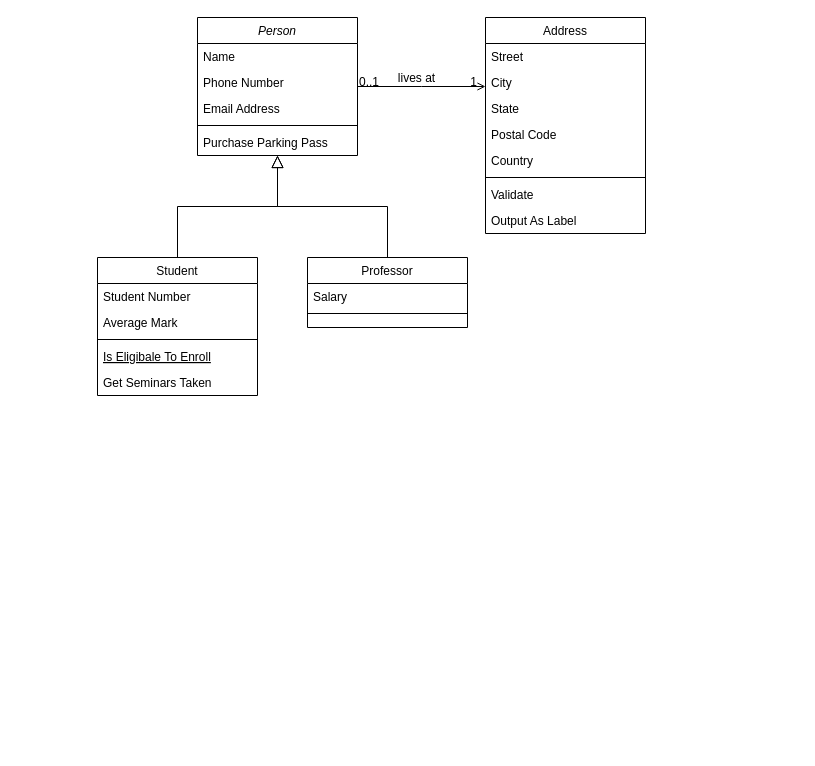
Before: Untitled Diagram.drawio in OhMyOstrich/Quiz, a draw.io diagram. Source tidied: cells renumbered, new cells numbered last; positions are measured from the earlier drawing's top-left corner, leaving out a move shared by most shapes. Both pictures are drawn from the tidied source at 100%, with x=0, y=0 at pixel (97, 17).
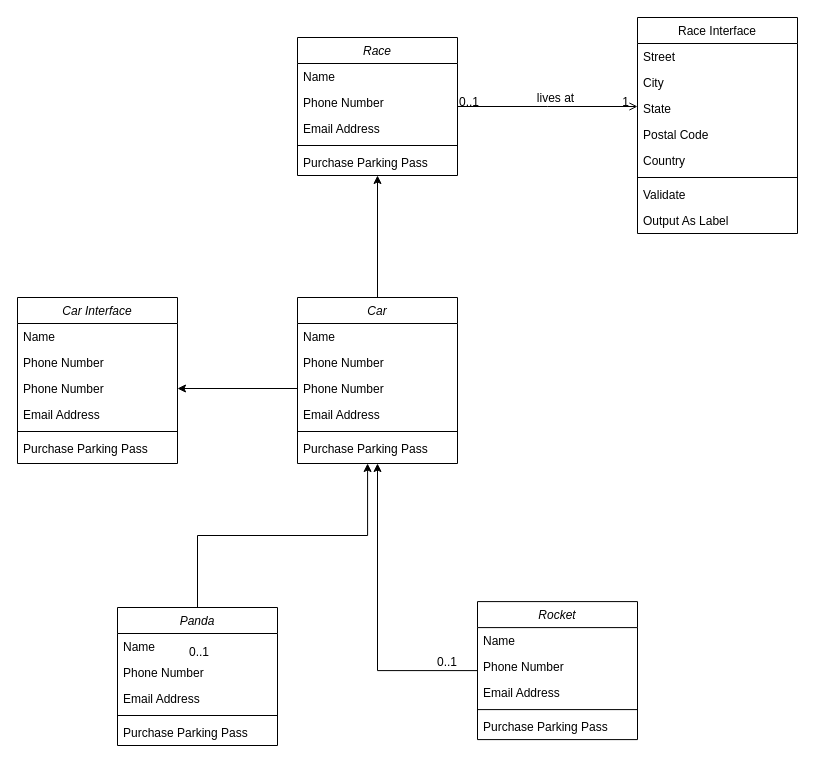
The same page after the edit.

Change to the diagram source:
```diff
@@
-    <mxCell id="2" value="Person" style="swimlane;fontStyle=2;align=center;verticalAlign=top;horizontal=1;startSize=26;rounded=0;shadow=0;strokeWidth=1;" parent="1" vertex="1">
-      <mxGeometry x="100" width="160" height="138" as="geometry" />
-    </mxCell>
-    <mxCell id="3" value="Name" style="text;align=left;verticalAlign=top;spacingLeft=4;spacingRight=4;overflow=hidden;" parent="2" vertex="1">
-      <mxGeometry y="26" width="160" height="26" as="geometry" />
-    </mxCell>
-    <mxCell id="4" value="Phone Number" style="text;align=left;verticalAlign=top;spacingLeft=4;spacingRight=4;overflow=hidden;rounded=0;shadow=0;html=0;" parent="2" vertex="1">
-      <mxGeometry y="52" width="160" height="26" as="geometry" />
-    </mxCell>
-    <mxCell id="5" value="Email Address" style="text;align=left;verticalAlign=top;spacingLeft=4;spacingRight=4;overflow=hidden;rounded=0;shadow=0;html=0;" parent="2" vertex="1">
-      <mxGeometry y="78" width="160" height="26" as="geometry" />
-    </mxCell>
-    <mxCell id="6" style="line;html=1;strokeWidth=1;align=left;verticalAlign=middle;spacingTop=-1;spacingLeft=3;spacingRight=3;labelPosition=right;" parent="2" vertex="1">
-      <mxGeometry y="104" width="160" height="8" as="geometry" />
-    </mxCell>
-    <mxCell id="7" value="Purchase Parking Pass" style="text;align=left;verticalAlign=top;spacingLeft=4;spacingRight=4;overflow=hidden;" parent="2" vertex="1">
-      <mxGeometry y="112" width="160" height="26" as="geometry" />
-    </mxCell>
-    <mxCell id="8" value="Student" style="swimlane;fontStyle=0;align=center;verticalAlign=top;horizontal=1;startSize=26;rounded=0;shadow=0;strokeWidth=1;" parent="1" vertex="1">
-      <mxGeometry y="240" width="160" height="138" as="geometry" />
-    </mxCell>
-    <mxCell id="9" value="Student Number" style="text;align=left;verticalAlign=top;spacingLeft=4;spacingRight=4;overflow=hidden;" parent="8" vertex="1">
-      <mxGeometry y="26" width="160" height="26" as="geometry" />
-    </mxCell>
-    <mxCell id="10" value="Average Mark" style="text;align=left;verticalAlign=top;spacingLeft=4;spacingRight=4;overflow=hidden;rounded=0;shadow=0;html=0;" parent="8" vertex="1">
-      <mxGeometry y="52" width="160" height="26" as="geometry" />
-    </mxCell>
-    <mxCell id="11" style="line;html=1;strokeWidth=1;align=left;verticalAlign=middle;spacingTop=-1;spacingLeft=3;spacingRight=3;labelPosition=right;" parent="8" vertex="1">
-      <mxGeometry y="78" width="160" height="8" as="geometry" />
-    </mxCell>
-    <mxCell id="12" value="Is Eligibale To Enroll" style="text;align=left;verticalAlign=top;spacingLeft=4;spacingRight=4;overflow=hidden;fontStyle=4;" parent="8" vertex="1">
-      <mxGeometry y="86" width="160" height="26" as="geometry" />
-    </mxCell>
-    <mxCell id="13" value="Get Seminars Taken" style="text;align=left;verticalAlign=top;spacingLeft=4;spacingRight=4;overflow=hidden;" parent="8" vertex="1">
-      <mxGeometry y="112" width="160" height="26" as="geometry" />
-    </mxCell>
-    <mxCell id="14" style="endArrow=block;endSize=10;endFill=0;shadow=0;strokeWidth=1;rounded=0;edgeStyle=elbowEdgeStyle;elbow=vertical;" parent="1" edge="1" source="8" target="2">
-      <mxGeometry relative="1" as="geometry" />
-    </mxCell>
-    <mxCell id="15" value="Professor" style="swimlane;fontStyle=0;align=center;verticalAlign=top;horizontal=1;startSize=26;rounded=0;shadow=0;strokeWidth=1;" parent="1" vertex="1">
-      <mxGeometry x="210" y="240" width="160" height="70" as="geometry" />
-    </mxCell>
-    <mxCell id="16" value="Salary" style="text;align=left;verticalAlign=top;spacingLeft=4;spacingRight=4;overflow=hidden;" parent="15" vertex="1">
-      <mxGeometry y="26" width="160" height="26" as="geometry" />
-    </mxCell>
-    <mxCell id="17" style="line;html=1;strokeWidth=1;align=left;verticalAlign=middle;spacingTop=-1;spacingLeft=3;spacingRight=3;labelPosition=right;" parent="15" vertex="1">
-      <mxGeometry y="52" width="160" height="8" as="geometry" />
-    </mxCell>
-    <mxCell id="18" style="endArrow=block;endSize=10;endFill=0;shadow=0;strokeWidth=1;rounded=0;edgeStyle=elbowEdgeStyle;elbow=vertical;" parent="1" edge="1" source="15" target="2">
-      <mxGeometry relative="1" as="geometry" />
-    </mxCell>
+    <mxCell id="28" style="endArrow=open;shadow=0;strokeWidth=1;rounded=0;endFill=1;edgeStyle=elbowEdgeStyle;elbow=vertical;" parent="1" edge="1" source="2" target="19">
+      <mxGeometry x="0.5" y="41" relative="1" as="geometry">
+        <mxPoint x="-40" y="32" as="offset" />
+      </mxGeometry>
+    </mxCell>
+    <mxCell id="29" value="0..1" style="align=left;verticalAlign=bottom;labelBackgroundColor=none;fontSize=12;" parent="28" vertex="1">
+      <mxGeometry x="-1" relative="1" as="geometry">
+        <mxPoint y="4" as="offset" />
+      </mxGeometry>
+    </mxCell>
+    <mxCell id="30" value="1" style="align=right;verticalAlign=bottom;labelBackgroundColor=none;fontSize=12;" parent="28" vertex="1">
+      <mxGeometry x="1" relative="1" as="geometry">
+        <mxPoint x="-7" y="4" as="offset" />
+      </mxGeometry>
+    </mxCell>
+    <mxCell id="31" value="lives at" style="text;html=1;align=center;verticalAlign=middle;labelBackgroundColor=none;rounded=0;shadow=0;strokeWidth=1;fontSize=12;" parent="28" vertex="1">
+      <mxGeometry x="0.5" y="49" relative="1" as="geometry">
+        <mxPoint x="-38" y="40" as="offset" />
+      </mxGeometry>
+    </mxCell>
+    <mxCell id="32" value="0..1" style="align=left;verticalAlign=bottom;labelBackgroundColor=none;fontSize=12;" parent="1" vertex="1">
+      <mxGeometry x="90" y="643.1" as="geometry" />
+    </mxCell>
+    <mxCell id="33" style="edgeStyle=orthogonalEdgeStyle;rounded=0;jettySize=auto;html=1;entryX=0.438;entryY=1;entryDx=0;entryDy=0;entryPerimeter=0;" parent="1" edge="1" source="42" target="55">
+      <mxGeometry relative="1" as="geometry" />
+    </mxCell>
+    <mxCell id="34" value="0..1" style="align=left;verticalAlign=bottom;labelBackgroundColor=none;fontSize=12;" parent="1" vertex="1">
+      <mxGeometry x="338" y="653.1" as="geometry" />
+    </mxCell>
+    <mxCell id="35" style="edgeStyle=orthogonalEdgeStyle;rounded=0;jettySize=auto;html=1;entryX=0.5;entryY=1;entryDx=0;entryDy=0;" parent="1" edge="1" source="36" target="49">
+      <mxGeometry relative="1" as="geometry" />
+    </mxCell>
+    <mxCell id="36" value="Rocket" style="swimlane;fontStyle=2;align=center;verticalAlign=top;horizontal=1;startSize=26;rounded=0;shadow=0;strokeWidth=1;" parent="1" vertex="1">
+      <mxGeometry x="380" y="584.1" width="160" height="138" as="geometry" />
+    </mxCell>
+    <mxCell id="37" value="Name" style="text;align=left;verticalAlign=top;spacingLeft=4;spacingRight=4;overflow=hidden;" parent="36" vertex="1">
+      <mxGeometry y="26" width="160" height="26" as="geometry" />
+    </mxCell>
+    <mxCell id="38" value="Phone Number" style="text;align=left;verticalAlign=top;spacingLeft=4;spacingRight=4;overflow=hidden;rounded=0;shadow=0;html=0;" parent="36" vertex="1">
+      <mxGeometry y="52" width="160" height="26" as="geometry" />
+    </mxCell>
+    <mxCell id="39" value="Email Address" style="text;align=left;verticalAlign=top;spacingLeft=4;spacingRight=4;overflow=hidden;rounded=0;shadow=0;html=0;" parent="36" vertex="1">
+      <mxGeometry y="78" width="160" height="26" as="geometry" />
+    </mxCell>
+    <mxCell id="40" style="line;html=1;strokeWidth=1;align=left;verticalAlign=middle;spacingTop=-1;spacingLeft=3;spacingRight=3;labelPosition=right;" parent="36" vertex="1">
+      <mxGeometry y="104" width="160" height="8" as="geometry" />
+    </mxCell>
+    <mxCell id="41" value="Purchase Parking Pass" style="text;align=left;verticalAlign=top;spacingLeft=4;spacingRight=4;overflow=hidden;" parent="36" vertex="1">
+      <mxGeometry y="112" width="160" height="26" as="geometry" />
+    </mxCell>
+    <mxCell id="42" value="Panda" style="swimlane;fontStyle=2;align=center;verticalAlign=top;horizontal=1;startSize=26;rounded=0;shadow=0;strokeWidth=1;" parent="1" vertex="1">
+      <mxGeometry x="20" y="590" width="160" height="138" as="geometry" />
+    </mxCell>
+    <mxCell id="43" value="Name" style="text;align=left;verticalAlign=top;spacingLeft=4;spacingRight=4;overflow=hidden;" parent="42" vertex="1">
+      <mxGeometry y="26" width="160" height="26" as="geometry" />
+    </mxCell>
+    <mxCell id="44" value="Phone Number" style="text;align=left;verticalAlign=top;spacingLeft=4;spacingRight=4;overflow=hidden;rounded=0;shadow=0;html=0;" parent="42" vertex="1">
+      <mxGeometry y="52" width="160" height="26" as="geometry" />
+    </mxCell>
+    <mxCell id="45" value="Email Address" style="text;align=left;verticalAlign=top;spacingLeft=4;spacingRight=4;overflow=hidden;rounded=0;shadow=0;html=0;" parent="42" vertex="1">
+      <mxGeometry y="78" width="160" height="26" as="geometry" />
+    </mxCell>
+    <mxCell id="46" style="line;html=1;strokeWidth=1;align=left;verticalAlign=middle;spacingTop=-1;spacingLeft=3;spacingRight=3;labelPosition=right;" parent="42" vertex="1">
+      <mxGeometry y="104" width="160" height="8" as="geometry" />
+    </mxCell>
+    <mxCell id="47" value="Purchase Parking Pass" style="text;align=left;verticalAlign=top;spacingLeft=4;spacingRight=4;overflow=hidden;" parent="42" vertex="1">
+      <mxGeometry y="112" width="160" height="26" as="geometry" />
+    </mxCell>
+    <mxCell id="48" style="edgeStyle=orthogonalEdgeStyle;rounded=0;jettySize=auto;html=1;entryX=0.5;entryY=1;entryDx=0;entryDy=0;" parent="1" edge="1" source="49" target="2">
+      <mxGeometry relative="1" as="geometry" />
+    </mxCell>
+    <mxCell id="49" value="Car&#10;" style="swimlane;fontStyle=2;align=center;verticalAlign=top;horizontal=1;startSize=26;rounded=0;shadow=0;strokeWidth=1;" parent="1" vertex="1">
+      <mxGeometry x="200" y="280" width="160" height="166" as="geometry" />
+    </mxCell>
+    <mxCell id="50" value="Name" style="text;align=left;verticalAlign=top;spacingLeft=4;spacingRight=4;overflow=hidden;" parent="49" vertex="1">
+      <mxGeometry y="26" width="160" height="26" as="geometry" />
+    </mxCell>
+    <mxCell id="51" value="Phone Number" style="text;align=left;verticalAlign=top;spacingLeft=4;spacingRight=4;overflow=hidden;rounded=0;shadow=0;html=0;" parent="49" vertex="1">
+      <mxGeometry y="52" width="160" height="26" as="geometry" />
+    </mxCell>
+    <mxCell id="52" value="Phone Number" style="text;align=left;verticalAlign=top;spacingLeft=4;spacingRight=4;overflow=hidden;points=[[0,0.5],[1,0.5]];portConstraint=eastwest;rounded=0;shadow=0;html=0;" parent="49" vertex="1">
+      <mxGeometry y="78" width="160" height="26" as="geometry" />
+    </mxCell>
+    <mxCell id="53" value="Email Address" style="text;align=left;verticalAlign=top;spacingLeft=4;spacingRight=4;overflow=hidden;rounded=0;shadow=0;html=0;" parent="49" vertex="1">
+      <mxGeometry y="104" width="160" height="26" as="geometry" />
+    </mxCell>
+    <mxCell id="54" style="line;html=1;strokeWidth=1;align=left;verticalAlign=middle;spacingTop=-1;spacingLeft=3;spacingRight=3;labelPosition=right;" parent="49" vertex="1">
+      <mxGeometry y="130" width="160" height="8" as="geometry" />
+    </mxCell>
+    <mxCell id="55" value="Purchase Parking Pass" style="text;align=left;verticalAlign=top;spacingLeft=4;spacingRight=4;overflow=hidden;points=[[0,0.5],[1,0.5]];portConstraint=eastwest;" parent="49" vertex="1">
+      <mxGeometry y="138" width="160" height="28" as="geometry" />
+    </mxCell>
+    <mxCell id="56" value="Car Interface&#10;" style="swimlane;fontStyle=2;align=center;verticalAlign=top;horizontal=1;startSize=26;rounded=0;shadow=0;strokeWidth=1;" parent="1" vertex="1">
+      <mxGeometry x="-80" y="280" width="160" height="166" as="geometry" />
+    </mxCell>
+    <mxCell id="57" value="Name" style="text;align=left;verticalAlign=top;spacingLeft=4;spacingRight=4;overflow=hidden;" parent="56" vertex="1">
+      <mxGeometry y="26" width="160" height="26" as="geometry" />
+    </mxCell>
+    <mxCell id="58" value="Phone Number" style="text;align=left;verticalAlign=top;spacingLeft=4;spacingRight=4;overflow=hidden;rounded=0;shadow=0;html=0;" parent="56" vertex="1">
+      <mxGeometry y="52" width="160" height="26" as="geometry" />
+    </mxCell>
+    <mxCell id="59" value="Phone Number" style="text;align=left;verticalAlign=top;spacingLeft=4;spacingRight=4;overflow=hidden;points=[[0,0.5],[1,0.5]];portConstraint=eastwest;rounded=0;shadow=0;html=0;" parent="56" vertex="1">
+      <mxGeometry y="78" width="160" height="26" as="geometry" />
+    </mxCell>
+    <mxCell id="60" value="Email Address" style="text;align=left;verticalAlign=top;spacingLeft=4;spacingRight=4;overflow=hidden;rounded=0;shadow=0;html=0;" parent="56" vertex="1">
+      <mxGeometry y="104" width="160" height="26" as="geometry" />
+    </mxCell>
+    <mxCell id="61" style="line;html=1;strokeWidth=1;align=left;verticalAlign=middle;spacingTop=-1;spacingLeft=3;spacingRight=3;labelPosition=right;" parent="56" vertex="1">
+      <mxGeometry y="130" width="160" height="8" as="geometry" />
+    </mxCell>
+    <mxCell id="62" value="Purchase Parking Pass" style="text;align=left;verticalAlign=top;spacingLeft=4;spacingRight=4;overflow=hidden;" parent="56" vertex="1">
+      <mxGeometry y="138" width="160" height="28" as="geometry" />
+    </mxCell>
+    <mxCell id="63" style="edgeStyle=orthogonalEdgeStyle;rounded=0;jettySize=auto;html=1;entryX=1;entryY=0.5;entryDx=0;entryDy=0;" parent="1" edge="1" source="52" target="59">
+      <mxGeometry relative="1" as="geometry" />
+    </mxCell>
-    <mxCell id="19" value="Address" style="swimlane;fontStyle=0;align=center;verticalAlign=top;horizontal=1;startSize=26;rounded=0;shadow=0;strokeWidth=1;" parent="1" vertex="1">
-      <mxGeometry x="388" width="160" height="216" as="geometry" />
+    <mxCell id="19" value="Race Interface" style="swimlane;fontStyle=0;align=center;verticalAlign=top;horizontal=1;startSize=26;rounded=0;shadow=0;strokeWidth=1;" parent="1" vertex="1">
+      <mxGeometry x="540" width="160" height="216" as="geometry" />
     </mxCell>
@@
-    <mxCell id="28" style="endArrow=open;shadow=0;strokeWidth=1;rounded=0;endFill=1;edgeStyle=elbowEdgeStyle;elbow=vertical;" parent="1" edge="1" source="2" target="19">
-      <mxGeometry x="0.5" y="41" relative="1" as="geometry">
-        <mxPoint x="-40" y="32" as="offset" />
-      </mxGeometry>
-    </mxCell>
-    <mxCell id="29" value="0..1" style="align=left;verticalAlign=bottom;labelBackgroundColor=none;fontSize=12;" parent="28" vertex="1">
-      <mxGeometry x="-1" relative="1" as="geometry">
-        <mxPoint y="4" as="offset" />
-      </mxGeometry>
-    </mxCell>
-    <mxCell id="30" value="1" style="align=right;verticalAlign=bottom;labelBackgroundColor=none;fontSize=12;" parent="28" vertex="1">
-      <mxGeometry x="1" relative="1" as="geometry">
-        <mxPoint x="-7" y="4" as="offset" />
-      </mxGeometry>
-    </mxCell>
-    <mxCell id="31" value="lives at" style="text;html=1;align=center;verticalAlign=middle;labelBackgroundColor=none;rounded=0;shadow=0;strokeWidth=1;fontSize=12;" parent="28" vertex="1">
-      <mxGeometry x="0.5" y="49" relative="1" as="geometry">
-        <mxPoint x="-38" y="40" as="offset" />
-      </mxGeometry>
-    </mxCell>
+    <mxCell id="2" value="Race&#10;" style="swimlane;fontStyle=2;align=center;verticalAlign=top;horizontal=1;startSize=26;rounded=0;shadow=0;strokeWidth=1;" parent="1" vertex="1">
+      <mxGeometry x="200" y="20" width="160" height="138" as="geometry" />
+    </mxCell>
+    <mxCell id="3" value="Name" style="text;align=left;verticalAlign=top;spacingLeft=4;spacingRight=4;overflow=hidden;" parent="2" vertex="1">
+      <mxGeometry y="26" width="160" height="26" as="geometry" />
+    </mxCell>
+    <mxCell id="4" value="Phone Number" style="text;align=left;verticalAlign=top;spacingLeft=4;spacingRight=4;overflow=hidden;rounded=0;shadow=0;html=0;" parent="2" vertex="1">
+      <mxGeometry y="52" width="160" height="26" as="geometry" />
+    </mxCell>
+    <mxCell id="5" value="Email Address" style="text;align=left;verticalAlign=top;spacingLeft=4;spacingRight=4;overflow=hidden;rounded=0;shadow=0;html=0;" parent="2" vertex="1">
+      <mxGeometry y="78" width="160" height="26" as="geometry" />
+    </mxCell>
+    <mxCell id="6" style="line;html=1;strokeWidth=1;align=left;verticalAlign=middle;spacingTop=-1;spacingLeft=3;spacingRight=3;labelPosition=right;" parent="2" vertex="1">
+      <mxGeometry y="104" width="160" height="8" as="geometry" />
+    </mxCell>
+    <mxCell id="7" value="Purchase Parking Pass" style="text;align=left;verticalAlign=top;spacingLeft=4;spacingRight=4;overflow=hidden;" parent="2" vertex="1">
+      <mxGeometry y="112" width="160" height="26" as="geometry" />
+    </mxCell>
```
